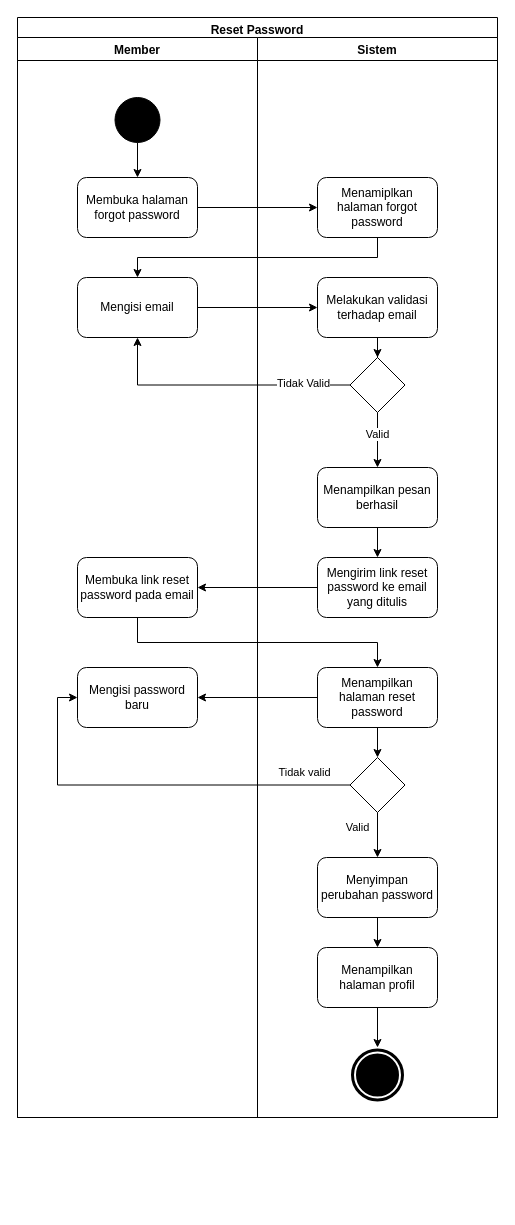
The draw.io diagram Diagram/Activity Diagram/4. reset password.drawio in techie-jhs/thesis, before the edit. Source tidied: cells renumbered, new cells numbered last; positions are measured from the earlier drawing's top-left corner, leaving out a move shared by most shapes. Both pictures are drawn from the tidied source at 100%, with x=0, y=0 at pixel (17, 17).
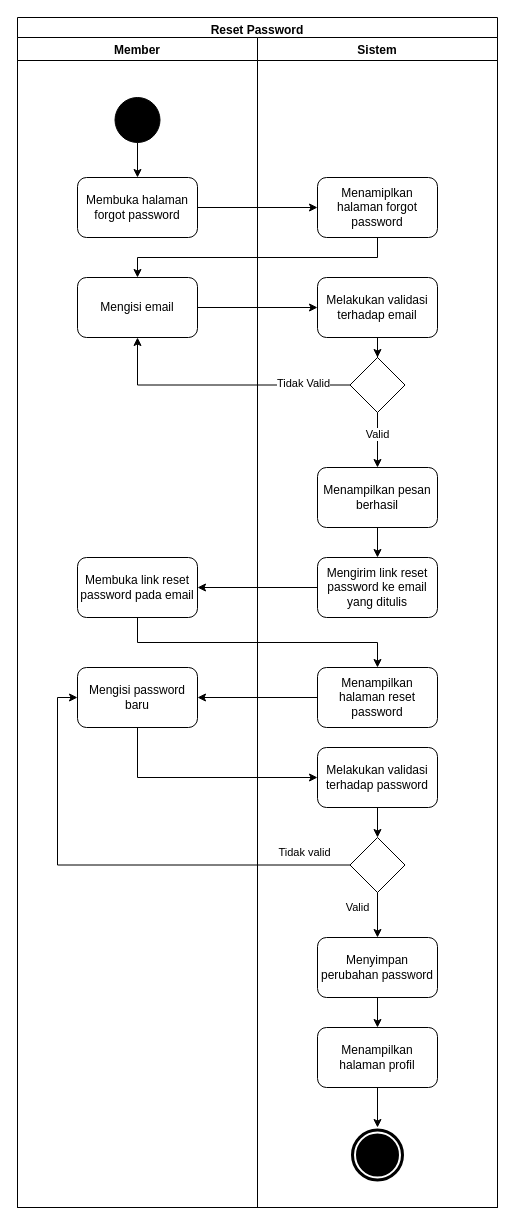
The same diagram, later.

Unchanged cells that the change refers to:
```xml
<mxCell id="8" value="Mengisi password baru" style="rounded=1;whiteSpace=wrap;html=1;fillColor=none;" parent="3" vertex="1">
  <mxGeometry x="60" y="630" width="120" height="60" as="geometry" />
</mxCell>
<mxCell id="19" value="Menampilkan halaman reset password" style="rounded=1;whiteSpace=wrap;html=1;fillColor=none;" parent="10" vertex="1">
  <mxGeometry x="60" y="630" width="120" height="60" as="geometry" />
</mxCell>
```

Change to the diagram source:
```diff
@@
     <mxCell id="2" value="Reset Password" style="swimlane;fillColor=none;" parent="1" vertex="1">
-      <mxGeometry width="480" height="1100" as="geometry" />
+      <mxGeometry width="480" height="1190" as="geometry" />
     </mxCell>
     <mxCell id="3" value="Member" style="swimlane;startSize=23;" parent="2" vertex="1">
-      <mxGeometry y="20" width="240" height="1080" as="geometry" />
+      <mxGeometry y="20" width="240" height="1170" as="geometry" />
     </mxCell>
@@
     <mxCell id="10" value="Sistem" style="swimlane;" parent="2" vertex="1">
-      <mxGeometry x="240" y="20" width="240" height="1080" as="geometry" />
+      <mxGeometry x="240" y="20" width="240" height="1170" as="geometry" />
     </mxCell>
@@
-    <mxCell id="18" style="edgeStyle=orthogonalEdgeStyle;rounded=0;jettySize=auto;html=1;" parent="10" edge="1" source="19" target="20">
-      <mxGeometry relative="1" as="geometry" />
-    </mxCell>
@@
     <mxCell id="20" style="rhombus;whiteSpace=wrap;html=1;fillColor=none;" parent="10" vertex="1">
-      <mxGeometry x="92.5" y="720" width="55" height="55" as="geometry" />
+      <mxGeometry x="92.5" y="800" width="55" height="55" as="geometry" />
     </mxCell>
@@
     <mxCell id="22" value="Menyimpan perubahan password" style="rounded=1;whiteSpace=wrap;html=1;fillColor=none;" parent="10" vertex="1">
-      <mxGeometry x="60" y="820" width="120" height="60" as="geometry" />
+      <mxGeometry x="60" y="900" width="120" height="60" as="geometry" />
     </mxCell>
@@
     <mxCell id="24" value="Tidak valid" style="edgeLabel;html=1;align=center;verticalAlign=middle;" parent="10" vertex="1">
-      <mxGeometry x="46.5" y="734.5" as="geometry" />
+      <mxGeometry x="46.5" y="814.5" as="geometry" />
     </mxCell>
@@
     <mxCell id="27" value="Menampilkan halaman profil" style="rounded=1;whiteSpace=wrap;html=1;fillColor=none;" parent="10" vertex="1">
-      <mxGeometry x="60" y="910" width="120" height="60" as="geometry" />
+      <mxGeometry x="60" y="990" width="120" height="60" as="geometry" />
     </mxCell>
+    <mxCell id="39" style="edgeStyle=orthogonalEdgeStyle;rounded=0;jettySize=auto;html=1;" parent="10" edge="1" source="40" target="20">
+      <mxGeometry relative="1" as="geometry" />
+    </mxCell>
+    <mxCell id="40" value="Melakukan validasi terhadap password" style="rounded=1;whiteSpace=wrap;html=1;fillColor=none;" parent="10" vertex="1">
+      <mxGeometry x="60" y="710" width="120" height="60" as="geometry" />
+    </mxCell>
@@
+    <mxCell id="41" style="edgeStyle=orthogonalEdgeStyle;rounded=0;jettySize=auto;html=1;entryX=0;entryY=0.5;entryDx=0;entryDy=0;" parent="2" edge="1" source="8" target="40">
+      <mxGeometry relative="1" as="geometry">
+        <Array as="points">
+          <mxPoint x="120" y="760" />
+        </Array>
+      </mxGeometry>
+    </mxCell>
     <mxCell id="37" style="ellipse;shape=doubleEllipse;whiteSpace=wrap;html=1;fillColor=#000000;strokeColor=#FFFFFF;strokeWidth=2;" parent="1" vertex="1">
-      <mxGeometry x="332.5" y="1030" width="55" height="55" as="geometry" />
+      <mxGeometry x="332.5" y="1110" width="55" height="55" as="geometry" />
     </mxCell>
```
